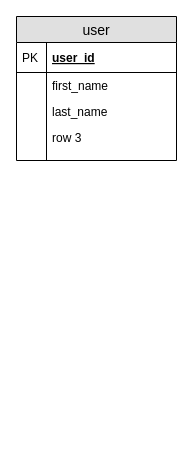
Earlier version of the draw.io diagram Untitled Diagram.drawio (sarojkmb/wyshpal-api). Source tidied: cells renumbered, new cells numbered last; positions are measured from the earlier drawing's top-left corner, leaving out a move shared by most shapes. Both pictures are drawn from the tidied source at 100%, with x=0, y=0 at pixel (16, 16).
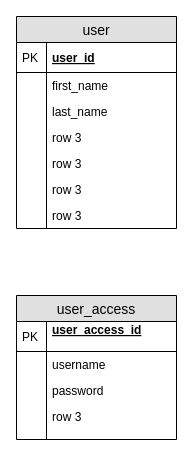
Above is the later version.

Diff of the diagram source:
```diff
@@
     <mxCell id="2" value="user" style="swimlane;fontStyle=0;horizontal=1;startSize=26;fillColor=#e0e0e0;swimlaneFillColor=#ffffff;align=center;fontSize=14;" parent="1" vertex="1">
-      <mxGeometry width="160" height="144" as="geometry" />
+      <mxGeometry width="160" height="212" as="geometry" />
     </mxCell>
@@
+    <mxCell id="13" value="row 3" style="shape=partialRectangle;top=0;left=0;right=0;bottom=0;align=left;verticalAlign=top;fillColor=none;spacingLeft=34;spacingRight=4;overflow=hidden;fontSize=12;" parent="2" vertex="1">
+      <mxGeometry y="134" width="160" height="26" as="geometry" />
+    </mxCell>
+    <mxCell id="14" style="shape=partialRectangle;top=0;left=0;bottom=0;fillColor=none;align=left;verticalAlign=top;spacingLeft=4;spacingRight=4;overflow=hidden;fontSize=12;" parent="13" vertex="1">
+      <mxGeometry width="30" height="26" as="geometry" />
+    </mxCell>
+    <mxCell id="15" value="row 3" style="shape=partialRectangle;top=0;left=0;right=0;bottom=0;align=left;verticalAlign=top;fillColor=none;spacingLeft=34;spacingRight=4;overflow=hidden;fontSize=12;" parent="2" vertex="1">
+      <mxGeometry y="160" width="160" height="26" as="geometry" />
+    </mxCell>
+    <mxCell id="16" style="shape=partialRectangle;top=0;left=0;bottom=0;fillColor=none;align=left;verticalAlign=top;spacingLeft=4;spacingRight=4;overflow=hidden;fontSize=12;" parent="15" vertex="1">
+      <mxGeometry width="30" height="26" as="geometry" />
+    </mxCell>
+    <mxCell id="17" value="row 3" style="shape=partialRectangle;top=0;left=0;right=0;bottom=0;align=left;verticalAlign=top;fillColor=none;spacingLeft=34;spacingRight=4;overflow=hidden;fontSize=12;" parent="2" vertex="1">
+      <mxGeometry y="186" width="160" height="26" as="geometry" />
+    </mxCell>
+    <mxCell id="18" style="shape=partialRectangle;top=0;left=0;bottom=0;fillColor=none;align=left;verticalAlign=top;spacingLeft=4;spacingRight=4;overflow=hidden;fontSize=12;" parent="17" vertex="1">
+      <mxGeometry width="30" height="26" as="geometry" />
+    </mxCell>
+    <mxCell id="19" value="user_access" style="swimlane;fontStyle=0;horizontal=1;startSize=26;fillColor=#e0e0e0;swimlaneFillColor=#ffffff;align=center;fontSize=14;" parent="1" vertex="1">
+      <mxGeometry y="279" width="160" height="144" as="geometry" />
+    </mxCell>
+    <mxCell id="20" value="user_access_id&#10;&#10;" style="shape=partialRectangle;top=0;left=0;right=0;bottom=1;align=left;verticalAlign=middle;fillColor=none;spacingLeft=34;spacingRight=4;overflow=hidden;fontStyle=5;fontSize=12;" parent="19" vertex="1">
+      <mxGeometry y="26" width="160" height="30" as="geometry" />
+    </mxCell>
+    <mxCell id="21" value="PK" style="shape=partialRectangle;top=0;left=0;bottom=0;fillColor=none;align=left;verticalAlign=middle;spacingLeft=4;spacingRight=4;overflow=hidden;fontSize=12;" parent="20" vertex="1">
+      <mxGeometry width="30" height="30" as="geometry" />
+    </mxCell>
+    <mxCell id="22" value="username" style="shape=partialRectangle;top=0;left=0;right=0;bottom=0;align=left;verticalAlign=top;fillColor=none;spacingLeft=34;spacingRight=4;overflow=hidden;fontSize=12;" parent="19" vertex="1">
+      <mxGeometry y="56" width="160" height="26" as="geometry" />
+    </mxCell>
+    <mxCell id="23" style="shape=partialRectangle;top=0;left=0;bottom=0;fillColor=none;align=left;verticalAlign=top;spacingLeft=4;spacingRight=4;overflow=hidden;fontSize=12;" parent="22" vertex="1">
+      <mxGeometry width="30" height="26" as="geometry" />
+    </mxCell>
+    <mxCell id="24" value="password" style="shape=partialRectangle;top=0;left=0;right=0;bottom=0;align=left;verticalAlign=top;fillColor=none;spacingLeft=34;spacingRight=4;overflow=hidden;fontSize=12;" parent="19" vertex="1">
+      <mxGeometry y="82" width="160" height="26" as="geometry" />
+    </mxCell>
+    <mxCell id="25" style="shape=partialRectangle;top=0;left=0;bottom=0;fillColor=none;align=left;verticalAlign=top;spacingLeft=4;spacingRight=4;overflow=hidden;fontSize=12;" parent="24" vertex="1">
+      <mxGeometry width="30" height="26" as="geometry" />
+    </mxCell>
+    <mxCell id="26" value="row 3" style="shape=partialRectangle;top=0;left=0;right=0;bottom=0;align=left;verticalAlign=top;fillColor=none;spacingLeft=34;spacingRight=4;overflow=hidden;fontSize=12;" parent="19" vertex="1">
+      <mxGeometry y="108" width="160" height="26" as="geometry" />
+    </mxCell>
+    <mxCell id="27" style="shape=partialRectangle;top=0;left=0;bottom=0;fillColor=none;align=left;verticalAlign=top;spacingLeft=4;spacingRight=4;overflow=hidden;fontSize=12;" parent="26" vertex="1">
+      <mxGeometry width="30" height="26" as="geometry" />
+    </mxCell>
-    <mxCell id="11" style="shape=partialRectangle;top=0;left=0;right=0;bottom=0;align=left;verticalAlign=top;fillColor=none;spacingLeft=34;spacingRight=4;overflow=hidden;fontSize=12;" parent="2" vertex="1">
+    <mxCell id="11" style="shape=partialRectangle;top=0;left=0;right=0;bottom=0;align=left;verticalAlign=top;fillColor=none;spacingLeft=34;spacingRight=4;overflow=hidden;fontSize=12;" parent="19" vertex="1">
       <mxGeometry y="134" width="160" height="10" as="geometry" />
     </mxCell>
```
